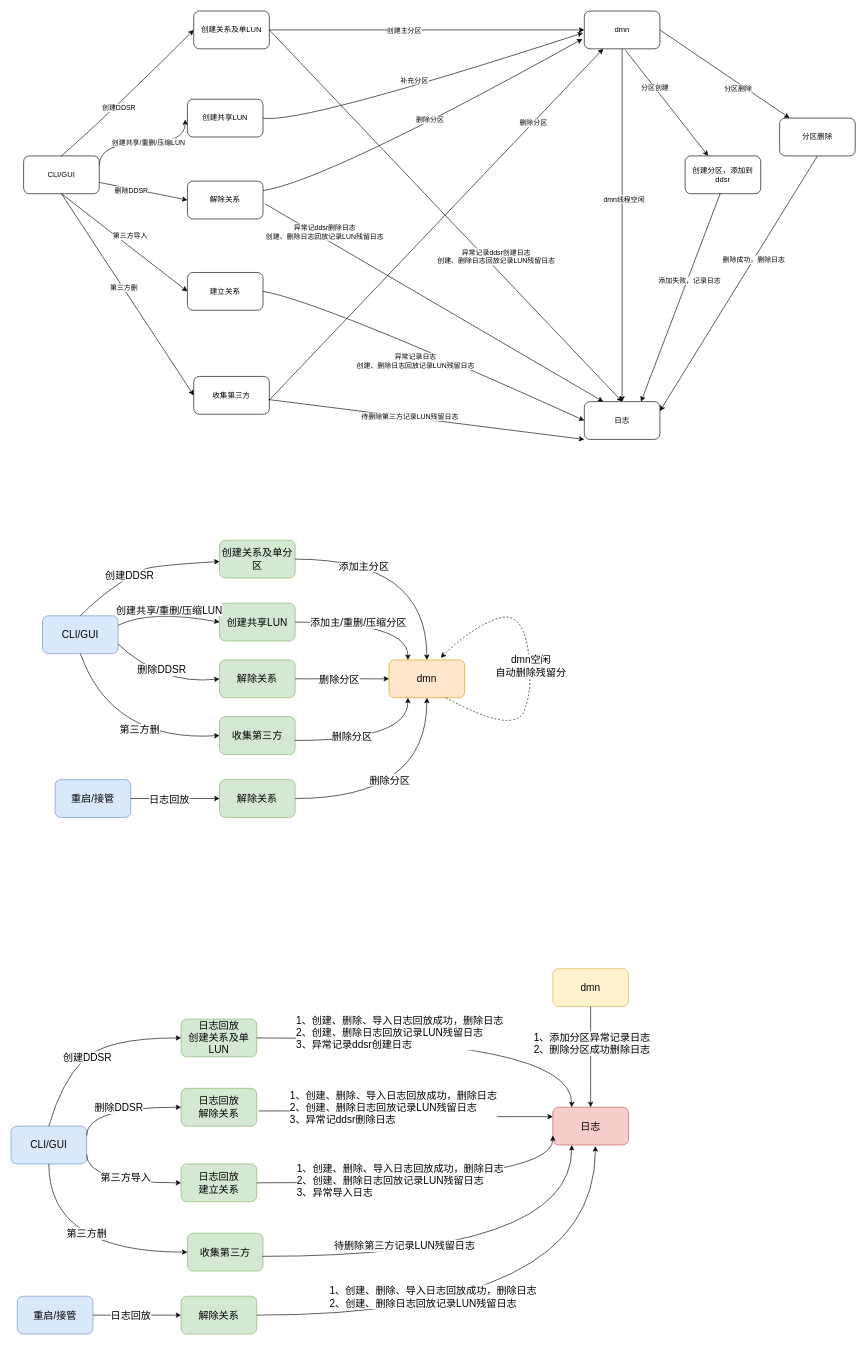
Earlier version of the draw.io diagram Untitled Diagram.drawio (changjing2016/draw). Source tidied: cells renumbered, new cells numbered last; positions are measured from the earlier drawing's top-left corner, leaving out a move shared by most shapes. Both pictures are drawn from the tidied source at 63%, with x=0, y=0 at pixel (11, 11).
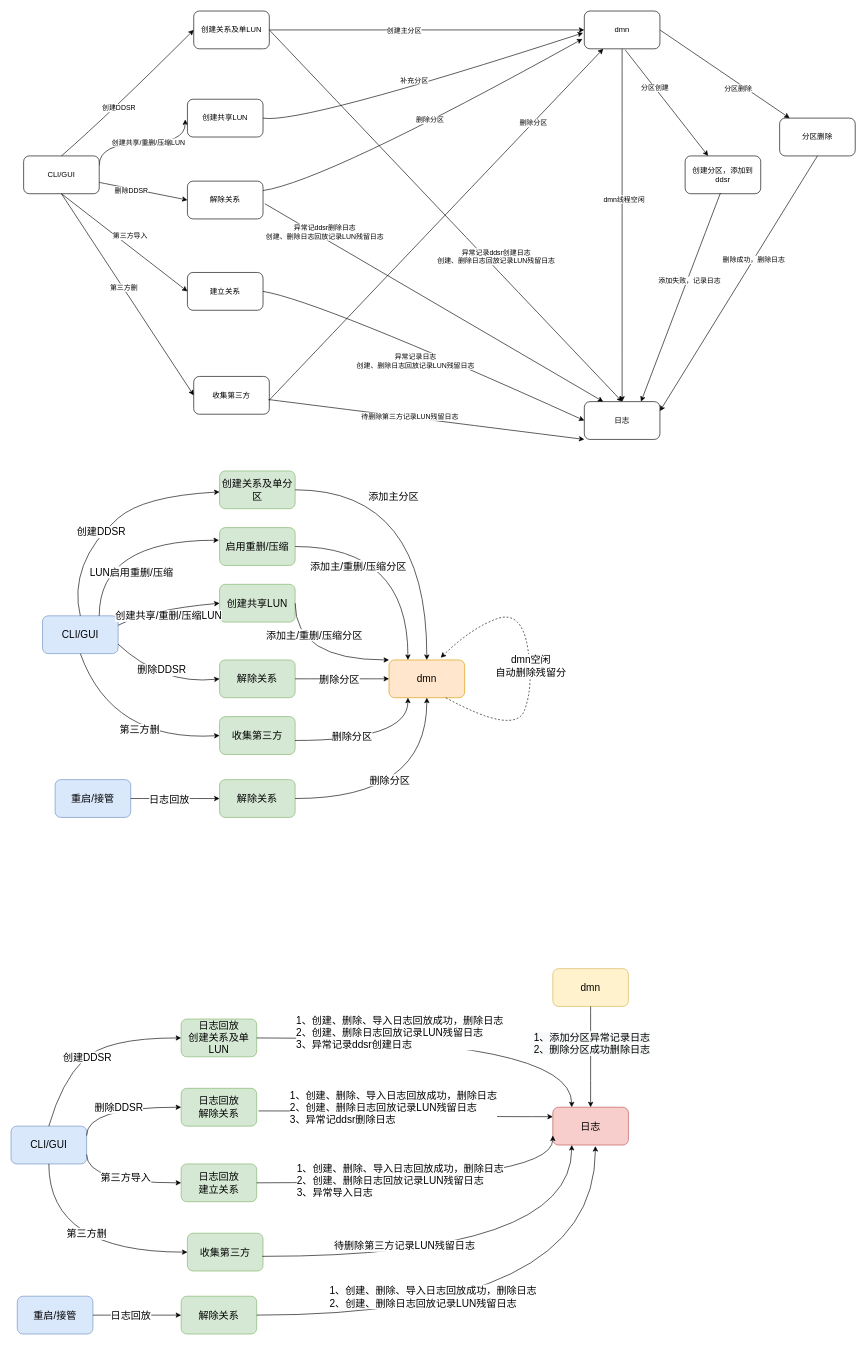
The same page after the edit.

Unchanged cells that the change refers to:
```xml
<mxCell id="50" value="&lt;font style=&quot;vertical-align: inherit; font-size: 16px;&quot;&gt;&lt;font style=&quot;vertical-align: inherit; font-size: 16px;&quot;&gt;dmn&lt;/font&gt;&lt;/font&gt;" style="rounded=1;whiteSpace=wrap;html=1;fillColor=#ffe6cc;strokeColor=#d79b00;fontSize=16;" parent="1" vertex="1">
  <mxGeometry x="600" y="1030" width="120" height="60" as="geometry" />
</mxCell>
<mxCell id="51" value="&lt;font style=&quot;vertical-align: inherit; font-size: 16px;&quot;&gt;&lt;font style=&quot;vertical-align: inherit; font-size: 16px;&quot;&gt;CLI/GUI&lt;/font&gt;&lt;/font&gt;" style="rounded=1;whiteSpace=wrap;html=1;fillColor=#dae8fc;strokeColor=#6c8ebf;fontSize=16;" parent="1" vertex="1">
  <mxGeometry x="50" y="960" width="120" height="60" as="geometry" />
</mxCell>
<mxCell id="66" style="endArrow=classic;html=1;rounded=0;curved=1;exitX=1;exitY=0.25;exitDx=0;exitDy=0;entryX=0;entryY=0.5;entryDx=0;entryDy=0;fontSize=16;" parent="1" edge="1" source="51" target="56">
  <mxGeometry relative="1" as="geometry">
    <Array as="points">
      <mxPoint x="220" y="950" />
    </Array>
  </mxGeometry>
</mxCell>
```

Diff of the diagram source:
```diff
@@
     <mxCell id="48" value="&lt;font style=&quot;vertical-align: inherit ; font-size: 16px&quot;&gt;&lt;font style=&quot;vertical-align: inherit ; font-size: 16px&quot;&gt;&lt;font style=&quot;vertical-align: inherit ; font-size: 16px&quot;&gt;&lt;font style=&quot;vertical-align: inherit ; font-size: 16px&quot;&gt;&lt;font style=&quot;vertical-align: inherit ; font-size: 16px&quot;&gt;&lt;font style=&quot;vertical-align: inherit ; font-size: 16px&quot;&gt;&lt;font style=&quot;vertical-align: inherit ; font-size: 16px&quot;&gt;&lt;font style=&quot;vertical-align: inherit ; font-size: 16px&quot;&gt;&lt;font style=&quot;vertical-align: inherit ; font-size: 16px&quot;&gt;&lt;font style=&quot;vertical-align: inherit ; font-size: 16px&quot;&gt;&lt;font style=&quot;vertical-align: inherit ; font-size: 16px&quot;&gt;&lt;font style=&quot;vertical-align: inherit ; font-size: 16px&quot;&gt;创建关系及单分区&lt;/font&gt;&lt;/font&gt;&lt;/font&gt;&lt;/font&gt;&lt;/font&gt;&lt;/font&gt;&lt;/font&gt;&lt;/font&gt;&lt;/font&gt;&lt;/font&gt;&lt;/font&gt;&lt;/font&gt;" style="rounded=1;whiteSpace=wrap;html=1;verticalAlign=middle;fillColor=#d5e8d4;strokeColor=#82b366;fontSize=16;" parent="1" vertex="1">
-      <mxGeometry x="331" y="840" width="120" height="60" as="geometry" />
+      <mxGeometry x="331" y="730" width="120" height="60" as="geometry" />
     </mxCell>
@@
     <mxCell id="56" value="创建共享LUN" style="rounded=1;whiteSpace=wrap;html=1;verticalAlign=middle;fillColor=#d5e8d4;strokeColor=#82b366;fontSize=16;" parent="1" vertex="1">
-      <mxGeometry x="331" y="940" width="120" height="60" as="geometry" />
+      <mxGeometry x="331" y="910" width="120" height="60" as="geometry" />
     </mxCell>
-    <mxCell id="57" style="curved=1;endArrow=classic;html=1;rounded=0;exitX=1;exitY=0.5;exitDx=0;exitDy=0;entryX=0.25;entryY=0;entryDx=0;entryDy=0;edgeStyle=orthogonalEdgeStyle;fontSize=16;" parent="1" edge="1" source="56" target="50">
+    <mxCell id="57" style="curved=1;endArrow=classic;html=1;rounded=0;exitX=1;exitY=0.5;exitDx=0;exitDy=0;entryX=0;entryY=0;entryDx=0;entryDy=0;edgeStyle=orthogonalEdgeStyle;fontSize=16;" parent="1" edge="1" source="56" target="50">
       <mxGeometry relative="1" as="geometry">
         <Array as="points">
-          <mxPoint x="630" y="970" />
+          <mxPoint x="451" y="1030" />
         </Array>
       </mxGeometry>
     </mxCell>
     <mxCell id="58" value="添加主/重删/压缩分区" style="edgeLabel;html=1;align=center;verticalAlign=middle;fontSize=16;" parent="57" vertex="1">
       <mxGeometry x="0.02" y="-6" relative="1" as="geometry">
-        <mxPoint x="-23" y="-6" as="offset" />
+        <mxPoint x="-3" y="-46" as="offset" />
       </mxGeometry>
     </mxCell>
@@
     <mxCell id="67" value="创建共享/重删/压缩LUN" style="edgeLabel;html=1;align=center;verticalAlign=middle;fontSize=16;" parent="66" vertex="1">
       <mxGeometry x="0.21" y="1" relative="1" as="geometry">
-        <mxPoint x="-15" y="-7" as="offset" />
+        <mxPoint x="-15" y="15" as="offset" />
       </mxGeometry>
     </mxCell>
@@
     <mxCell id="98" style="curved=1;endArrow=classic;html=1;rounded=0;exitX=0.5;exitY=0;exitDx=0;exitDy=0;fontSize=16;" parent="1" edge="1" source="51" target="48">
       <mxGeometry relative="1" as="geometry">
         <Array as="points">
-          <mxPoint x="140" y="930" />
-          <mxPoint x="200" y="890" />
-          <mxPoint x="230" y="880" />
+          <mxPoint x="100" y="920" />
+          <mxPoint x="130" y="840" />
+          <mxPoint x="210" y="770" />
         </Array>
       </mxGeometry>
     </mxCell>
@@
+    <mxCell id="110" value="启用重删/压缩" style="rounded=1;whiteSpace=wrap;html=1;verticalAlign=middle;fillColor=#d5e8d4;strokeColor=#82b366;fontSize=16;" parent="1" vertex="1">
+      <mxGeometry x="331" y="820" width="120" height="60" as="geometry" />
+    </mxCell>
+    <mxCell id="111" style="endArrow=classic;html=1;rounded=0;exitX=0.75;exitY=0;exitDx=0;exitDy=0;edgeStyle=orthogonalEdgeStyle;curved=1;" parent="1" edge="1" source="51">
+      <mxGeometry relative="1" as="geometry">
+        <mxPoint x="330" y="840" as="targetPoint" />
+        <Array as="points">
+          <mxPoint x="140" y="840" />
+        </Array>
+      </mxGeometry>
+    </mxCell>
+    <mxCell id="112" value="LUN启用重删/压缩" style="edgeLabel;html=1;align=center;verticalAlign=middle;fontSize=16;" parent="111" vertex="1">
+      <mxGeometry x="0.23" y="-19" relative="1" as="geometry">
+        <mxPoint x="-21" y="31" as="offset" />
+      </mxGeometry>
+    </mxCell>
+    <mxCell id="113" style="endArrow=classic;html=1;rounded=0;exitX=1;exitY=0.5;exitDx=0;exitDy=0;entryX=0.25;entryY=0;entryDx=0;entryDy=0;edgeStyle=orthogonalEdgeStyle;curved=1;" parent="1" edge="1" source="110" target="50">
+      <mxGeometry relative="1" as="geometry" />
+    </mxCell>
+    <mxCell id="114" value="&lt;span style=&quot;font-size: 16px&quot;&gt;添加主/重删/压缩分区&lt;/span&gt;" style="edgeLabel;html=1;align=center;verticalAlign=middle;" parent="113" vertex="1">
+      <mxGeometry x="-0.14" y="1" relative="1" as="geometry">
+        <mxPoint x="-55" y="31" as="offset" />
+      </mxGeometry>
+    </mxCell>
```
